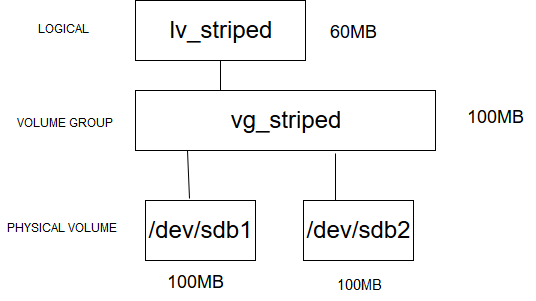
Before: Linux/LVM/img/LV_10.png, a diagram exported from draw.io (nthung98/Tong_Hop_Note). Source tidied: cells renumbered, new cells last; positions are measured from the earlier drawing's top-left corner, leaving out a move shared by most shapes.
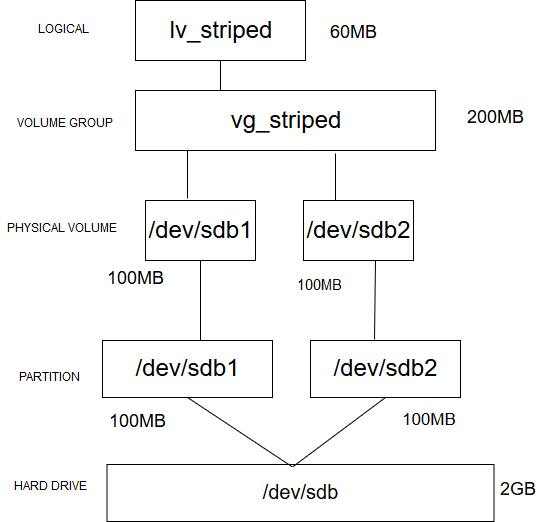
The same file after the commit.

The edit, as a diff of the source:
```diff
@@ -12,12 +12,12 @@
       <mxGeometry x="303" y="200" width="110" height="60" as="geometry" />
     </mxCell>
     <mxCell id="5" value="&lt;font style=&quot;font-size: 18px&quot;&gt;100MB&lt;/font&gt;" style="text;html=1;align=left;verticalAlign=top;spacingTop=-4;direction=south;" parent="1" vertex="1">
-      <mxGeometry x="165" y="270" width="70" height="20" as="geometry" />
+      <mxGeometry x="105" y="265.5" width="70" height="20" as="geometry" />
     </mxCell>
     <mxCell id="6" value="&lt;font style=&quot;font-size: 18px&quot;&gt;60MB&lt;/font&gt;" style="text;html=1;align=left;verticalAlign=top;spacingTop=-4;" parent="1" vertex="1">
       <mxGeometry x="328" y="20" width="60" height="20" as="geometry" />
     </mxCell>
-    <mxCell id="7" value="&lt;font style=&quot;font-size: 18px&quot;&gt;100MB&lt;/font&gt;" style="text;html=1;align=left;verticalAlign=top;spacingTop=-4;" parent="1" vertex="1">
+    <mxCell id="7" value="&lt;font style=&quot;font-size: 18px&quot;&gt;200MB&lt;/font&gt;" style="text;html=1;align=left;verticalAlign=top;spacingTop=-4;" parent="1" vertex="1">
       <mxGeometry x="465" y="105" width="70" height="20" as="geometry" />
     </mxCell>
     <mxCell id="8" value="LOGICAL VOLUME" style="text;html=1;strokeColor=none;fillColor=none;align=center;verticalAlign=middle;whiteSpace=wrap;rounded=0;" parent="1" vertex="1">
@@ -32,8 +32,9 @@
     <mxCell id="11" style="endArrow=none;html=1;exitX=0.283;exitY=0;exitDx=0;exitDy=0;entryX=0.5;entryY=1;entryDx=0;entryDy=0;exitPerimeter=0;" parent="1" edge="1" source="3" target="2">
       <mxGeometry relative="1" as="geometry" />
     </mxCell>
-    <mxCell id="12" style="endArrow=none;html=1;exitX=0.4;exitY=-0.033;exitDx=0;exitDy=0;exitPerimeter=0;" parent="1" edge="1" source="13">
+    <mxCell id="12" style="endArrow=none;html=1;" parent="1" edge="1">
       <mxGeometry relative="1" as="geometry">
+        <mxPoint x="187" y="198" as="sourcePoint" />
         <mxPoint x="187" y="150" as="targetPoint" />
       </mxGeometry>
     </mxCell>
@@ -47,7 +48,52 @@
       </mxGeometry>
     </mxCell>
     <mxCell id="15" value="&lt;font style=&quot;font-size: 15px&quot;&gt;100MB&lt;/font&gt;" style="text;html=1;" parent="1" vertex="1">
-      <mxGeometry x="335" y="270" width="60" height="30" as="geometry" />
+      <mxGeometry x="295" y="270" width="60" height="30" as="geometry" />
     </mxCell>
+    <mxCell id="16" value="HARD DRIVE" style="text;html=1;align=left;verticalAlign=top;spacingTop=-4;" parent="1" vertex="1">
+      <mxGeometry x="12" y="477.5" width="90" height="20" as="geometry" />
+    </mxCell>
+    <mxCell id="17" value="PARTITION" style="text;html=1;align=left;verticalAlign=top;spacingTop=-4;" parent="1" vertex="1">
+      <mxGeometry x="17" y="368.5" width="80" height="20" as="geometry" />
+    </mxCell>
+    <mxCell id="18" value="&lt;font style=&quot;font-size: 24px&quot;&gt;/dev/sdb1&lt;/font&gt;" style="rounded=0;whiteSpace=wrap;html=1;" parent="1" vertex="1">
+      <mxGeometry x="102" y="340" width="170" height="57" as="geometry" />
+    </mxCell>
+    <mxCell id="19" value="&lt;font style=&quot;font-size: 20px&quot;&gt;/dev/sdb&lt;/font&gt;" style="rounded=0;whiteSpace=wrap;html=1;" parent="1" vertex="1">
+      <mxGeometry x="106.5" y="464" width="387" height="57" as="geometry" />
+    </mxCell>
+    <mxCell id="20" value="&lt;font style=&quot;font-size: 18px&quot;&gt;100MB&lt;/font&gt;" style="text;html=1;align=left;verticalAlign=top;spacingTop=-4;" parent="1" vertex="1">
+      <mxGeometry x="107" y="408.5" width="70" height="20" as="geometry" />
+    </mxCell>
+    <mxCell id="21" value="&lt;font style=&quot;font-size: 18px&quot;&gt;2GB&lt;/font&gt;" style="text;html=1;" parent="1" vertex="1">
+      <mxGeometry x="498" y="472.5" width="60" height="30" as="geometry" />
+    </mxCell>
+    <mxCell id="22" style="endArrow=none;html=1;entryX=0.5;entryY=1;entryDx=0;entryDy=0;" parent="1" edge="1" target="18">
+      <mxGeometry relative="1" as="geometry">
+        <mxPoint x="292" y="466.5" as="sourcePoint" />
+      </mxGeometry>
+    </mxCell>
+    <mxCell id="23" value="&lt;font style=&quot;font-size: 24px&quot;&gt;/dev/sdb2&lt;/font&gt;" style="rounded=0;whiteSpace=wrap;html=1;" parent="1" vertex="1">
+      <mxGeometry x="310" y="340" width="150" height="57" as="geometry" />
+    </mxCell>
+    <mxCell id="24" style="endArrow=none;html=1;entryX=0.5;entryY=1;entryDx=0;entryDy=0;" parent="1" edge="1" target="23">
+      <mxGeometry relative="1" as="geometry">
+        <mxPoint x="292" y="466.5" as="sourcePoint" />
+      </mxGeometry>
+    </mxCell>
+    <mxCell id="25" value="&lt;font style=&quot;font-size: 17px&quot;&gt;100MB&lt;/font&gt;" style="text;html=1;" parent="1" vertex="1">
+      <mxGeometry x="400" y="403.5" width="60" height="30" as="geometry" />
+    </mxCell>
+    <mxCell id="26" style="endArrow=none;html=1;" parent="1" edge="1">
+      <mxGeometry relative="1" as="geometry">
+        <mxPoint x="200" y="340" as="sourcePoint" />
+        <mxPoint x="200" y="260" as="targetPoint" />
+      </mxGeometry>
+    </mxCell>
+    <mxCell id="27" style="endArrow=none;html=1;exitX=0.427;exitY=-0.018;exitDx=0;exitDy=0;exitPerimeter=0;" parent="1" edge="1" source="23">
+      <mxGeometry relative="1" as="geometry">
+        <mxPoint x="375" y="260" as="targetPoint" />
+      </mxGeometry>
+    </mxCell>
   </root>
 </mxGraphModel>
```
